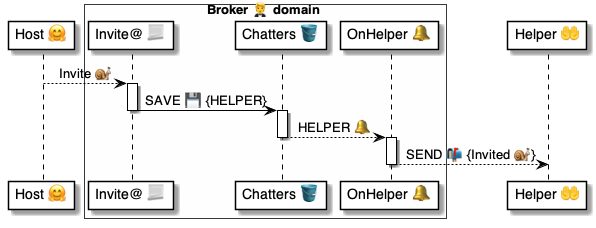
pollyweb-org/pollyweb-docs keeps this PlantUML diagram as 4 ⚙️ Solution/20 🧑‍🦰 UI/Brokers 🤵/🤵🪣 Broker tables/Chatters 👥 table/🪣🔔 4 Helper/🤵 OnChatterHelper ⚙️ uml.png. Above is the earlier version. Its source is kept beside it as 4 ⚙️ Solution/20 🧑‍🦰 UI/Brokers 🤵/🤵🪣 Broker tables/Chatters 👥 table/🪣🔔 4 Helper/🤵 OnChatterHelper ⚙️ uml.puml.
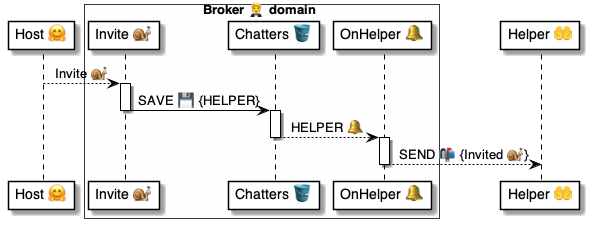
The same diagram one commit later.

Change to the diagram source:
```diff
@@ -3,7 +3,7 @@
 participant "Host 🤗" as host
 
 box Broker 🤵 domain #FFFFFA
-    participant "Invite@ 📃" as script
+    participant "Invite 🐌" as script
     participant "Chatters 🪣" as table
     participant "OnHelper 🔔" as handler
 end box
```
